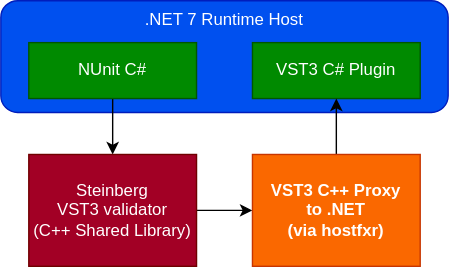
xoofx/NPlug keeps this draw.io diagram as doc/vst3.drawio.svg. Above is the earlier version. Source tidied: cells renumbered, new cells last; positions are measured from the earlier drawing's top-left corner, leaving out a move shared by most shapes.
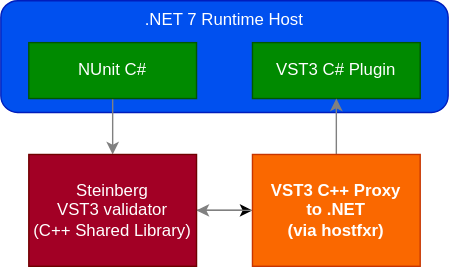
Later version of the same file.

Diff of the diagram source:
```diff
@@ -5,7 +5,7 @@
     <mxCell id="2" value=".NET 7 Runtime Host" style="rounded=1;whiteSpace=wrap;html=1;fontColor=#ffffff;verticalAlign=top;fillColor=#0050ef;strokeColor=#001DBC;" parent="1" vertex="1">
       <mxGeometry width="320" height="80" as="geometry" />
     </mxCell>
-    <mxCell id="3" style="edgeStyle=none;html=1;exitX=0.5;exitY=1;exitDx=0;exitDy=0;entryX=0.5;entryY=0;entryDx=0;entryDy=0;" parent="1" edge="1" source="4" target="7">
+    <mxCell id="3" style="edgeStyle=none;html=1;exitX=0.5;exitY=1;exitDx=0;exitDy=0;entryX=0.5;entryY=0;entryDx=0;entryDy=0;strokeColor=#808080;" parent="1" edge="1" source="4" target="7">
       <mxGeometry relative="1" as="geometry" />
     </mxCell>
     <mxCell id="4" value="NUnit C#" style="rounded=0;whiteSpace=wrap;html=1;fillColor=#008a00;fontColor=#ffffff;strokeColor=#005700;" parent="1" vertex="1">
@@ -20,9 +20,12 @@
     <mxCell id="7" value="Steinberg&amp;nbsp;&lt;br&gt;VST3 validator&lt;br&gt;(C++ Shared Library)" style="rounded=0;whiteSpace=wrap;html=1;fillColor=#a20025;fontColor=#ffffff;strokeColor=#6F0000;" parent="1" vertex="1">
       <mxGeometry x="20" y="110" width="120" height="80" as="geometry" />
     </mxCell>
-    <mxCell id="8" style="edgeStyle=none;html=1;exitX=0.5;exitY=0;exitDx=0;exitDy=0;entryX=0.5;entryY=1;entryDx=0;entryDy=0;fontColor=#FFFFFF;" parent="1" edge="1" source="9" target="5">
+    <mxCell id="8" style="edgeStyle=none;html=1;exitX=0.5;exitY=0;exitDx=0;exitDy=0;entryX=0.5;entryY=1;entryDx=0;entryDy=0;fontColor=#FFFFFF;strokeColor=#808080;" parent="1" edge="1" source="9" target="5">
       <mxGeometry relative="1" as="geometry" />
     </mxCell>
+    <mxCell id="10" style="edgeStyle=none;html=1;strokeColor=#808080;" parent="1" edge="1" source="9" target="7">
+      <mxGeometry relative="1" as="geometry" />
+    </mxCell>
     <mxCell id="9" value="&lt;b&gt;&lt;font color=&quot;#ffffff&quot;&gt;VST3 C++ Proxy &lt;br&gt;to .NET&lt;br&gt;(via hostfxr)&lt;br&gt;&lt;/font&gt;&lt;/b&gt;" style="rounded=0;whiteSpace=wrap;html=1;fillColor=#fa6800;fontColor=#000000;strokeColor=#C73500;" parent="1" vertex="1">
       <mxGeometry x="180" y="110" width="120" height="80" as="geometry" />
     </mxCell>
```
